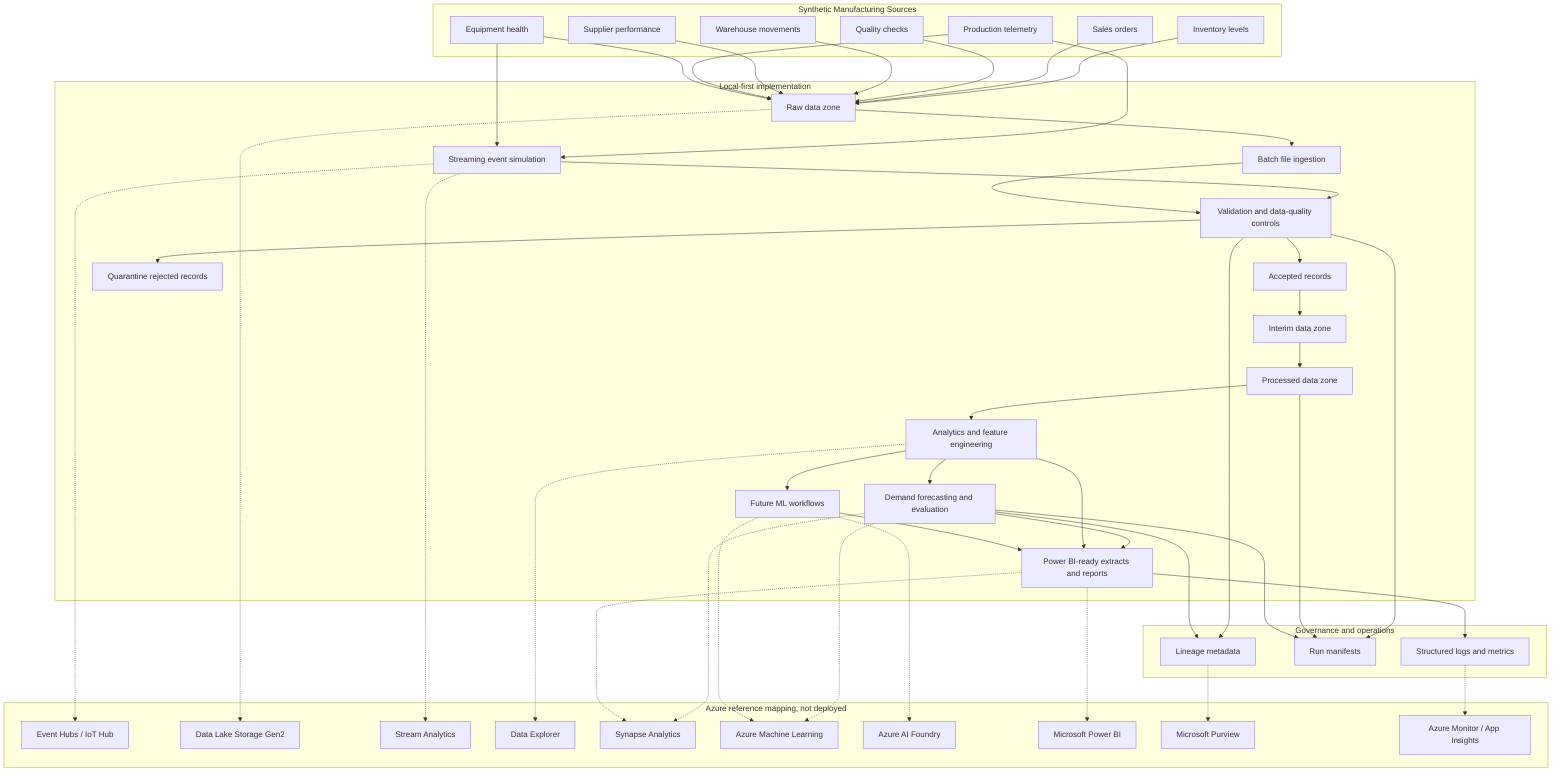
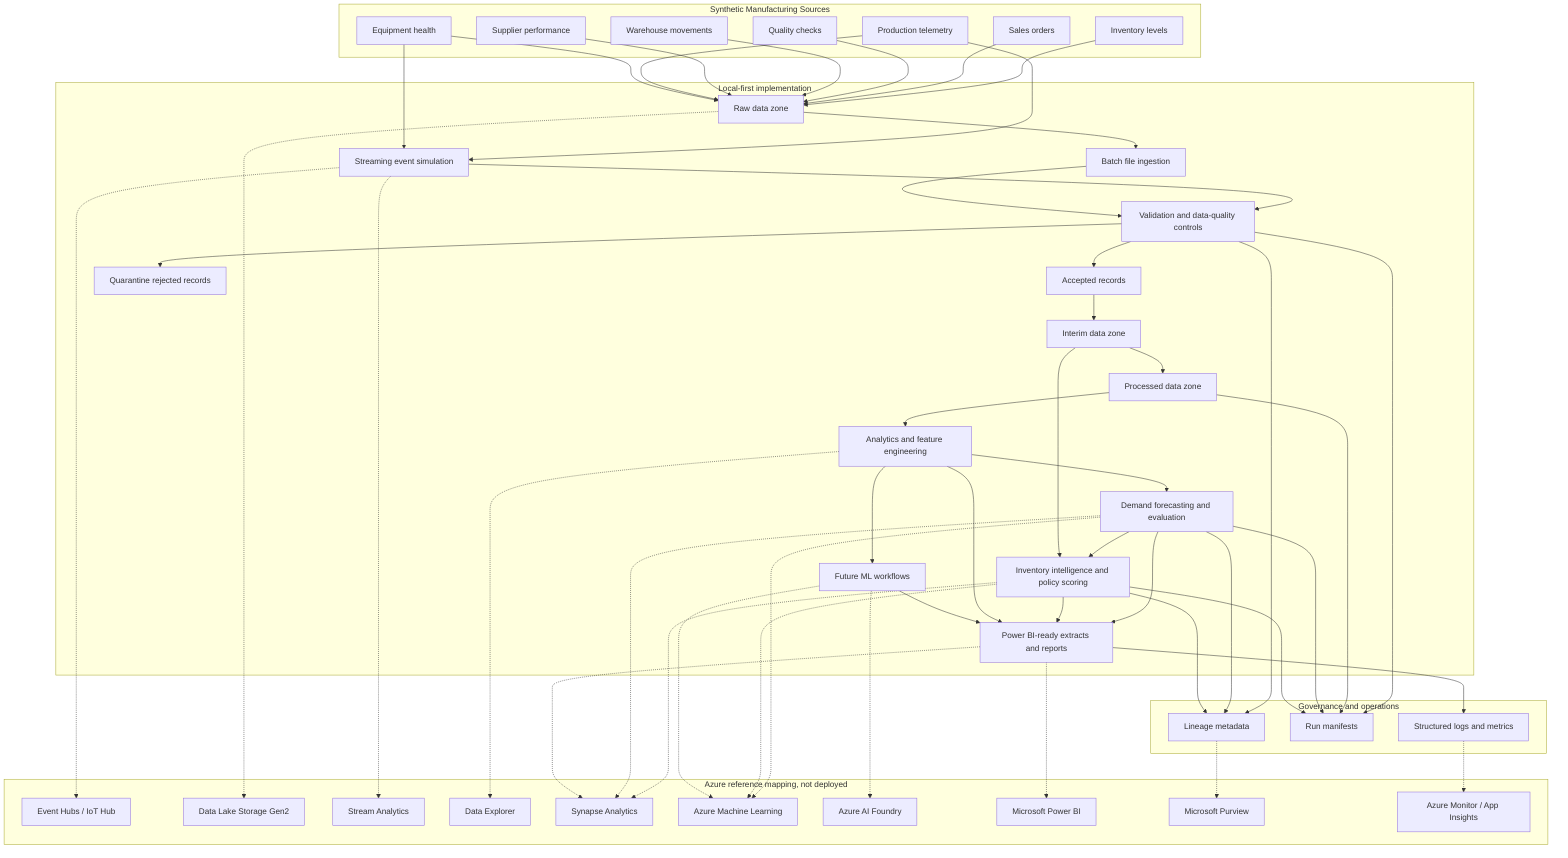
flowchart TD
    subgraph Sources["Synthetic Manufacturing Sources"]
        Production["Production telemetry"]
        Inventory["Inventory levels"]
        Sales["Sales orders"]
        Quality["Quality checks"]
        Equipment["Equipment health"]
        Warehouse["Warehouse movements"]
        Suppliers["Supplier performance"]
    end

    subgraph Local["Local-first implementation"]
        Raw["Raw data zone"]
        Batch["Batch file ingestion"]
        Stream["Streaming event simulation"]
        Validate["Validation and data-quality controls"]
        Accepted["Accepted records"]
        Quarantine["Quarantine rejected records"]
        Interim["Interim data zone"]
        Processed["Processed data zone"]
        Features["Analytics and feature engineering"]
        Forecasting["Demand forecasting and evaluation"]
+         InventoryIntel["Inventory intelligence and policy scoring"]
        ML["Future ML workflows"]
        Reporting["Power BI-ready extracts and reports"]
    end

    subgraph Governance["Governance and operations"]
        Lineage["Lineage metadata"]
        Manifests["Run manifests"]
        Logs["Structured logs and metrics"]
    end

    subgraph Azure["Azure reference mapping, not deployed"]
        EventHubs["Event Hubs / IoT Hub"]
        ADLS["Data Lake Storage Gen2"]
        StreamAnalytics["Stream Analytics"]
        ADX["Data Explorer"]
        Synapse["Synapse Analytics"]
        AzureML["Azure Machine Learning"]
        Foundry["Azure AI Foundry"]
        PowerBI["Microsoft Power BI"]
        Purview["Microsoft Purview"]
        Monitor["Azure Monitor / App Insights"]
    end

    Production --> Stream
    Equipment --> Stream
    Inventory --> Raw
    Sales --> Raw
    Quality --> Raw
    Warehouse --> Raw
    Suppliers --> Raw
    Production --> Raw
    Equipment --> Raw
    Raw --> Batch
    Stream --> Validate
    Batch --> Validate
    Validate --> Accepted
    Validate --> Quarantine
    Accepted --> Interim
    Interim --> Processed
    Processed --> Features
    Features --> Forecasting
+     Forecasting --> InventoryIntel
+     Interim --> InventoryIntel
    Forecasting --> Reporting
+     InventoryIntel --> Reporting
    Features --> ML
    Features --> Reporting
    ML --> Reporting
    Validate --> Lineage
    Validate --> Manifests
    Processed --> Manifests
    Reporting --> Logs
    Forecasting --> Lineage
    Forecasting --> Manifests
+     InventoryIntel --> Lineage
+     InventoryIntel --> Manifests

    Stream -.-> EventHubs
    Raw -.-> ADLS
    Stream -.-> StreamAnalytics
    Features -.-> ADX
    Forecasting -.-> AzureML
+     InventoryIntel -.-> AzureML
+     InventoryIntel -.-> Synapse
    Forecasting -.-> Synapse
    Reporting -.-> Synapse
    ML -.-> AzureML
    Reporting -.-> PowerBI
    Lineage -.-> Purview
    Logs -.-> Monitor
    ML -.-> Foundry
